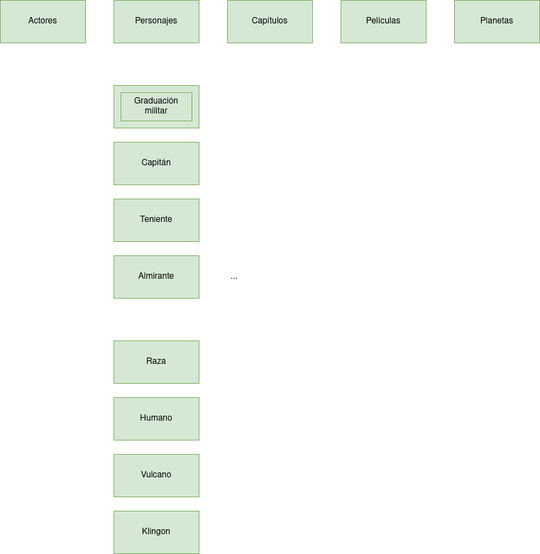
Above: Tareas/UD2-INTERPRETACIÓN DE DIAGRAMAS ENTIDAD-RELACIÓN/TRABAJO EN AULA/10_star-Trek.drawio.png in popadron/base-de-datos (draw.io), before the change. Source tidied: cells renumbered, new cells last; positions are measured from the earlier drawing's top-left corner, leaving out a move shared by most shapes.
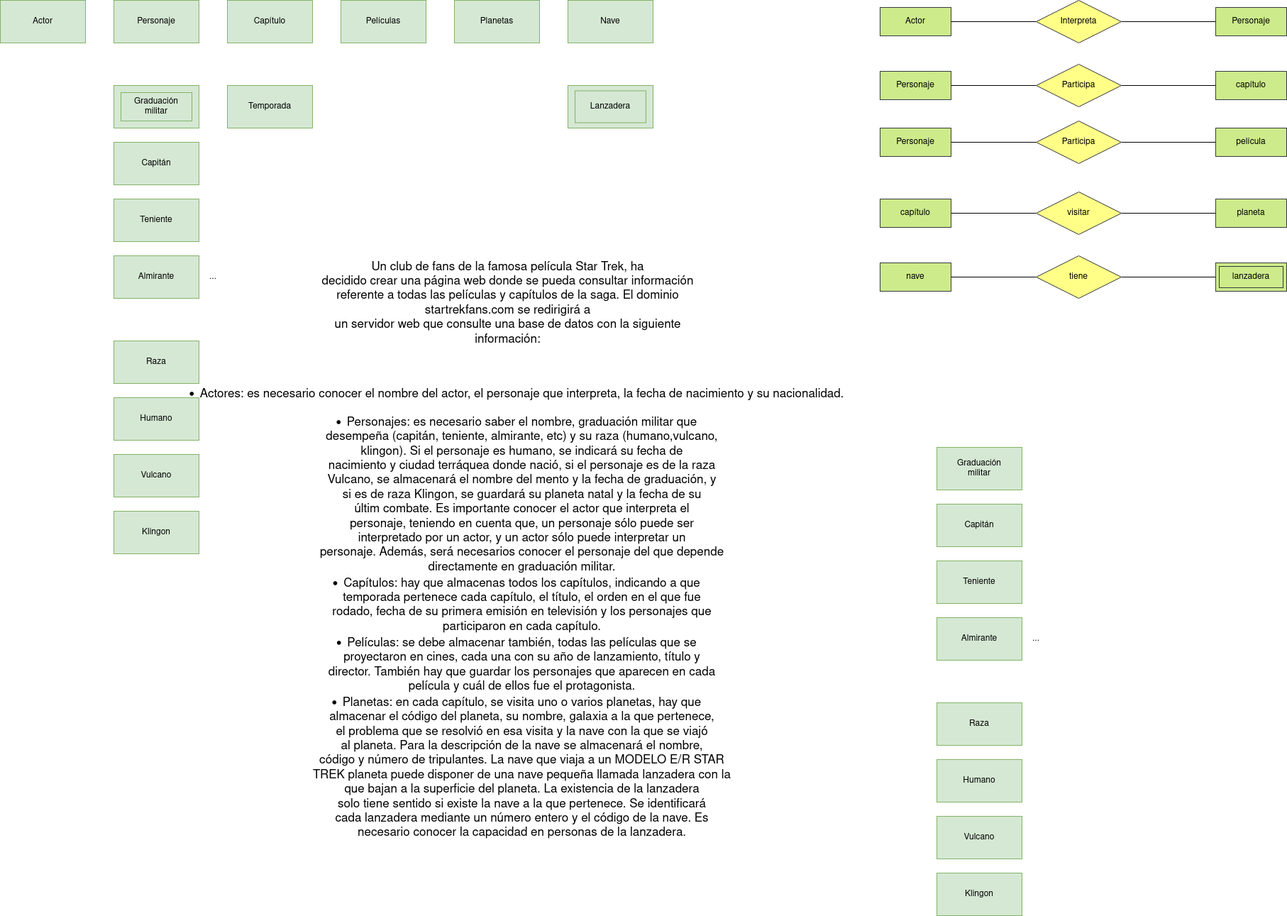
The same diagram one commit later.

Diff of the diagram source:
```diff
@@ -2,13 +2,13 @@
   <root>
     <mxCell id="0" />
     <mxCell id="1" parent="0" />
-    <mxCell id="2" value="Actores" style="rounded=0;whiteSpace=wrap;html=1;fillColor=#d5e8d4;strokeColor=#82b366;" parent="1" vertex="1">
+    <mxCell id="2" value="Actor" style="rounded=0;whiteSpace=wrap;html=1;fillColor=#d5e8d4;strokeColor=#82b366;" parent="1" vertex="1">
       <mxGeometry width="120" height="60" as="geometry" />
     </mxCell>
-    <mxCell id="3" value="Personajes" style="rounded=0;whiteSpace=wrap;html=1;fillColor=#d5e8d4;strokeColor=#82b366;" parent="1" vertex="1">
+    <mxCell id="3" value="Personaje" style="rounded=0;whiteSpace=wrap;html=1;fillColor=#d5e8d4;strokeColor=#82b366;" parent="1" vertex="1">
       <mxGeometry x="160" width="120" height="60" as="geometry" />
     </mxCell>
-    <mxCell id="4" value="Capítulos" style="rounded=0;whiteSpace=wrap;html=1;fillColor=#d5e8d4;strokeColor=#82b366;" parent="1" vertex="1">
+    <mxCell id="4" value="Capítulo" style="rounded=0;whiteSpace=wrap;html=1;fillColor=#d5e8d4;strokeColor=#82b366;" parent="1" vertex="1">
       <mxGeometry x="320" width="120" height="60" as="geometry" />
     </mxCell>
     <mxCell id="5" value="Películas" style="rounded=0;whiteSpace=wrap;html=1;fillColor=#d5e8d4;strokeColor=#82b366;" parent="1" vertex="1">
@@ -36,7 +36,7 @@
       <mxGeometry x="160" y="360" width="120" height="60" as="geometry" />
     </mxCell>
     <mxCell id="13" value="&lt;div&gt;...&lt;/div&gt;" style="text;html=1;strokeColor=none;fillColor=none;align=center;verticalAlign=middle;whiteSpace=wrap;rounded=0;" parent="1" vertex="1">
-      <mxGeometry x="300" y="375" width="60" height="30" as="geometry" />
+      <mxGeometry x="270" y="375" width="60" height="30" as="geometry" />
     </mxCell>
     <mxCell id="14" value="Humano" style="rounded=0;whiteSpace=wrap;html=1;fillColor=#d5e8d4;strokeColor=#82b366;" parent="1" vertex="1">
       <mxGeometry x="160" y="560" width="120" height="60" as="geometry" />
@@ -47,5 +47,122 @@
     <mxCell id="16" value="Klingon" style="rounded=0;whiteSpace=wrap;html=1;fillColor=#d5e8d4;strokeColor=#82b366;" parent="1" vertex="1">
       <mxGeometry x="160" y="720" width="120" height="60" as="geometry" />
     </mxCell>
+    <mxCell id="17" value="Temporada" style="rounded=0;whiteSpace=wrap;html=1;fillColor=#d5e8d4;strokeColor=#82b366;" parent="1" vertex="1">
+      <mxGeometry x="320" y="120" width="120" height="60" as="geometry" />
+    </mxCell>
+    <mxCell id="18" value="Nave" style="rounded=0;whiteSpace=wrap;html=1;fillColor=#d5e8d4;strokeColor=#82b366;" parent="1" vertex="1">
+      <mxGeometry x="800" width="120" height="60" as="geometry" />
+    </mxCell>
+    <mxCell id="19" style="rounded=0;whiteSpace=wrap;html=1;fillColor=#d5e8d4;strokeColor=#82b366;" parent="1" vertex="1">
+      <mxGeometry x="800" y="120" width="120" height="60" as="geometry" />
+    </mxCell>
+    <mxCell id="20" value="Lanzadera" style="rounded=0;whiteSpace=wrap;html=1;fillColor=#d5e8d4;strokeColor=#82b366;" parent="1" vertex="1">
+      <mxGeometry x="810" y="127.5" width="100" height="45" as="geometry" />
+    </mxCell>
+    <mxCell id="21" value="&lt;p style=&quot;font-size: 17px;&quot; dir=&quot;auto&quot;&gt;&lt;font style=&quot;font-size: 17px;&quot;&gt;Un club de fans de la famosa película Star Trek, ha &lt;br&gt;decidido crear una página web donde se pueda consultar información &lt;br&gt;referente a todas las películas y capítulos de la saga. El dominio &lt;br&gt;startrekfans.com se redirigirá a&lt;br&gt;un servidor web que consulte una base de datos con la siguiente &lt;br&gt;información:&lt;/font&gt;&lt;/p&gt;&lt;font style=&quot;font-size: 17px;&quot;&gt;&lt;br&gt;&lt;/font&gt;&lt;ul style=&quot;font-size: 17px;&quot; dir=&quot;auto&quot;&gt;&lt;li&gt;&lt;font style=&quot;font-size: 17px;&quot;&gt;Actores: es necesario conocer el nombre del actor, el personaje&lt;/font&gt;&lt;font style=&quot;font-size: 17px;&quot;&gt; que interpreta, la fecha de nacimiento y su nacionalidad.&lt;/font&gt;&lt;/li&gt;&lt;/ul&gt;&lt;ul style=&quot;font-size: 17px;&quot; dir=&quot;auto&quot;&gt;&lt;li&gt;&lt;font style=&quot;font-size: 17px;&quot;&gt;Personajes: es necesario saber el nombre, graduación militar que&lt;br&gt;desempeña (capitán, teniente, almirante, etc) y su raza (humano,vulcano,&lt;br&gt; klingon). Si el personaje es humano, se indicará su fecha de&lt;br&gt;nacimiento y ciudad terráquea donde nació, si el personaje es de la raza&lt;br&gt; Vulcano, se almacenará el nombre del mento y la fecha de graduación, y &lt;br&gt;si es de raza Klingon, se guardará su planeta natal y la fecha de su &lt;br&gt;últim combate. Es importante conocer el actor que interpreta el &lt;br&gt;personaje, teniendo en cuenta que, un personaje sólo puede ser &lt;br&gt;interpretado por un actor, y un actor sólo puede interpretar un &lt;br&gt;personaje. Además, será necesarios conocer el personaje del que depende &lt;br&gt;directamente en graduación militar.&lt;/font&gt;&lt;/li&gt;&lt;li&gt;&lt;font style=&quot;font-size: 17px;&quot;&gt;Capítulos: hay que almacenas todos los capítulos, indicando a que &lt;br&gt;temporada pertenece cada capítulo, el título, el orden en el que fue &lt;br&gt;rodado, fecha de su primera emisión en televisión y los personajes que &lt;br&gt;participaron en cada capítulo.&lt;/font&gt;&lt;/li&gt;&lt;li&gt;&lt;font style=&quot;font-size: 17px;&quot;&gt;Películas: se debe almacenar también, todas las películas que se &lt;br&gt;proyectaron en cines, cada una con su año de lanzamiento, título y &lt;br&gt;director. También hay que guardar los personajes que aparecen en cada &lt;br&gt;película y cuál de ellos fue el protagonista.&lt;/font&gt;&lt;/li&gt;&lt;li&gt;&lt;font style=&quot;font-size: 17px;&quot;&gt;Planetas: en cada capítulo, se visita uno o varios planetas, hay que&lt;br&gt; almacenar el código del planeta, su nombre, galaxia a la que pertenece,&lt;br&gt; el problema que se resolvió en esa visita y la nave con la que se viajó&lt;br&gt; al planeta. Para la descripción de la nave se almacenará el nombre, &lt;br&gt;código y número de tripulantes. La nave que viaja a un MODELO E/R STAR &lt;br&gt;TREK planeta puede disponer de una nave pequeña llamada lanzadera con la&lt;br&gt; que bajan a la superficie del planeta. La existencia de la lanzadera &lt;br&gt;solo tiene sentido si existe la nave a la que pertenece. Se identificará&lt;br&gt; cada lanzadera mediante un número entero y el código de la nave. Es &lt;br&gt;necesario conocer la capacidad en personas de la lanzadera.&lt;/font&gt;&lt;/li&gt;&lt;/ul&gt;" style="text;html=1;align=center;verticalAlign=middle;strokeColor=none;fillColor=none;hachureGap=4;" parent="1" vertex="1">
+      <mxGeometry x="230" y="340" width="970" height="870" as="geometry" />
+    </mxCell>
+    <mxCell id="22" value="Raza" style="rounded=0;whiteSpace=wrap;html=1;fillColor=#d5e8d4;strokeColor=#82b366;" parent="1" vertex="1">
+      <mxGeometry x="1320" y="990" width="120" height="60" as="geometry" />
+    </mxCell>
+    <mxCell id="23" value="&lt;div&gt;Graduación&lt;/div&gt;&lt;div&gt;militar&lt;/div&gt;" style="rounded=0;whiteSpace=wrap;html=1;fillColor=#d5e8d4;strokeColor=#82b366;" parent="1" vertex="1">
+      <mxGeometry x="1320" y="630" width="120" height="60" as="geometry" />
+    </mxCell>
+    <mxCell id="24" value="Capitán" style="rounded=0;whiteSpace=wrap;html=1;fillColor=#d5e8d4;strokeColor=#82b366;" parent="1" vertex="1">
+      <mxGeometry x="1320" y="710" width="120" height="60" as="geometry" />
+    </mxCell>
+    <mxCell id="25" value="Teniente" style="rounded=0;whiteSpace=wrap;html=1;fillColor=#d5e8d4;strokeColor=#82b366;" parent="1" vertex="1">
+      <mxGeometry x="1320" y="790" width="120" height="60" as="geometry" />
+    </mxCell>
+    <mxCell id="26" value="Almirante" style="rounded=0;whiteSpace=wrap;html=1;fillColor=#d5e8d4;strokeColor=#82b366;" parent="1" vertex="1">
+      <mxGeometry x="1320" y="870" width="120" height="60" as="geometry" />
+    </mxCell>
+    <mxCell id="27" value="&lt;div&gt;...&lt;/div&gt;" style="text;html=1;strokeColor=none;fillColor=none;align=center;verticalAlign=middle;whiteSpace=wrap;rounded=0;" parent="1" vertex="1">
+      <mxGeometry x="1430" y="885" width="60" height="30" as="geometry" />
+    </mxCell>
+    <mxCell id="28" value="Humano" style="rounded=0;whiteSpace=wrap;html=1;fillColor=#d5e8d4;strokeColor=#82b366;" parent="1" vertex="1">
+      <mxGeometry x="1320" y="1070" width="120" height="60" as="geometry" />
+    </mxCell>
+    <mxCell id="29" value="Vulcano" style="rounded=0;whiteSpace=wrap;html=1;fillColor=#d5e8d4;strokeColor=#82b366;" parent="1" vertex="1">
+      <mxGeometry x="1320" y="1150" width="120" height="60" as="geometry" />
+    </mxCell>
+    <mxCell id="30" value="Klingon" style="rounded=0;whiteSpace=wrap;html=1;fillColor=#d5e8d4;strokeColor=#82b366;" parent="1" vertex="1">
+      <mxGeometry x="1320" y="1230" width="120" height="60" as="geometry" />
+    </mxCell>
+    <mxCell id="31" style="edgeStyle=orthogonalEdgeStyle;rounded=0;jettySize=auto;html=1;endArrow=none;startSize=6;endSize=6;sourcePerimeterSpacing=0;targetPerimeterSpacing=0;endFill=0;" parent="1" edge="1" source="33" target="34">
+      <mxGeometry relative="1" as="geometry" />
+    </mxCell>
+    <mxCell id="32" style="edgeStyle=orthogonalEdgeStyle;rounded=0;jettySize=auto;html=1;endArrow=none;endFill=0;startSize=6;endSize=6;sourcePerimeterSpacing=0;targetPerimeterSpacing=0;" parent="1" edge="1" source="33" target="35">
+      <mxGeometry relative="1" as="geometry" />
+    </mxCell>
+    <mxCell id="33" value="Interpreta" style="shape=rhombus;perimeter=rhombusPerimeter;whiteSpace=wrap;html=1;align=center;hachureGap=4;fillColor=#ffff88;strokeColor=#36393d;" parent="1" vertex="1">
+      <mxGeometry x="1460" width="120" height="60" as="geometry" />
+    </mxCell>
+    <mxCell id="34" value="Actor" style="whiteSpace=wrap;html=1;align=center;hachureGap=4;fillColor=#cdeb8b;strokeColor=#36393d;" parent="1" vertex="1">
+      <mxGeometry x="1240" y="10" width="100" height="40" as="geometry" />
+    </mxCell>
+    <mxCell id="35" value="Personaje" style="whiteSpace=wrap;html=1;align=center;hachureGap=4;fillColor=#cdeb8b;strokeColor=#36393d;" parent="1" vertex="1">
+      <mxGeometry x="1713" y="10" width="100" height="40" as="geometry" />
+    </mxCell>
+    <mxCell id="36" style="edgeStyle=orthogonalEdgeStyle;rounded=0;jettySize=auto;html=1;endArrow=none;endFill=0;startSize=6;endSize=6;sourcePerimeterSpacing=0;targetPerimeterSpacing=0;" parent="1" edge="1" source="37" target="39">
+      <mxGeometry relative="1" as="geometry" />
+    </mxCell>
+    <mxCell id="37" value="Personaje" style="whiteSpace=wrap;html=1;align=center;hachureGap=4;fillColor=#cdeb8b;strokeColor=#36393d;" parent="1" vertex="1">
+      <mxGeometry x="1240" y="100" width="100" height="40" as="geometry" />
+    </mxCell>
+    <mxCell id="38" style="edgeStyle=orthogonalEdgeStyle;rounded=0;jettySize=auto;html=1;endArrow=none;endFill=0;startSize=6;endSize=6;sourcePerimeterSpacing=0;targetPerimeterSpacing=0;" parent="1" edge="1" source="39" target="40">
+      <mxGeometry relative="1" as="geometry" />
+    </mxCell>
+    <mxCell id="39" value="Participa" style="shape=rhombus;perimeter=rhombusPerimeter;whiteSpace=wrap;html=1;align=center;hachureGap=4;fillColor=#ffff88;strokeColor=#36393d;" parent="1" vertex="1">
+      <mxGeometry x="1460" y="90" width="120" height="60" as="geometry" />
+    </mxCell>
+    <mxCell id="40" value="capítulo" style="whiteSpace=wrap;html=1;align=center;hachureGap=4;fillColor=#cdeb8b;strokeColor=#36393d;" parent="1" vertex="1">
+      <mxGeometry x="1713" y="100" width="100" height="40" as="geometry" />
+    </mxCell>
+    <mxCell id="41" style="edgeStyle=orthogonalEdgeStyle;rounded=0;jettySize=auto;html=1;endArrow=none;endFill=0;startSize=6;endSize=6;sourcePerimeterSpacing=0;targetPerimeterSpacing=0;" parent="1" edge="1" source="42" target="44">
+      <mxGeometry relative="1" as="geometry" />
+    </mxCell>
+    <mxCell id="42" value="Personaje" style="whiteSpace=wrap;html=1;align=center;hachureGap=4;fillColor=#cdeb8b;strokeColor=#36393d;" parent="1" vertex="1">
+      <mxGeometry x="1240" y="180" width="100" height="40" as="geometry" />
+    </mxCell>
+    <mxCell id="43" style="edgeStyle=orthogonalEdgeStyle;rounded=0;jettySize=auto;html=1;endArrow=none;endFill=0;startSize=6;endSize=6;sourcePerimeterSpacing=0;targetPerimeterSpacing=0;" parent="1" edge="1" source="44" target="45">
+      <mxGeometry relative="1" as="geometry" />
+    </mxCell>
+    <mxCell id="44" value="Participa" style="shape=rhombus;perimeter=rhombusPerimeter;whiteSpace=wrap;html=1;align=center;hachureGap=4;fillColor=#ffff88;strokeColor=#36393d;" parent="1" vertex="1">
+      <mxGeometry x="1460" y="170" width="120" height="60" as="geometry" />
+    </mxCell>
+    <mxCell id="45" value="película" style="whiteSpace=wrap;html=1;align=center;hachureGap=4;fillColor=#cdeb8b;strokeColor=#36393d;" parent="1" vertex="1">
+      <mxGeometry x="1713" y="180" width="100" height="40" as="geometry" />
+    </mxCell>
+    <mxCell id="46" style="edgeStyle=orthogonalEdgeStyle;rounded=0;jettySize=auto;html=1;endArrow=none;endFill=0;startSize=6;endSize=6;sourcePerimeterSpacing=0;targetPerimeterSpacing=0;" parent="1" edge="1" source="47" target="49">
+      <mxGeometry relative="1" as="geometry" />
+    </mxCell>
+    <mxCell id="47" value="capítulo" style="whiteSpace=wrap;html=1;align=center;hachureGap=4;fillColor=#cdeb8b;strokeColor=#36393d;" parent="1" vertex="1">
+      <mxGeometry x="1240" y="280" width="100" height="40" as="geometry" />
+    </mxCell>
+    <mxCell id="48" style="edgeStyle=orthogonalEdgeStyle;rounded=0;jettySize=auto;html=1;endArrow=none;endFill=0;startSize=6;endSize=6;sourcePerimeterSpacing=0;targetPerimeterSpacing=0;" parent="1" edge="1" source="49" target="50">
+      <mxGeometry relative="1" as="geometry" />
+    </mxCell>
+    <mxCell id="49" value="visitar" style="shape=rhombus;perimeter=rhombusPerimeter;whiteSpace=wrap;html=1;align=center;hachureGap=4;fillColor=#ffff88;strokeColor=#36393d;" parent="1" vertex="1">
+      <mxGeometry x="1460" y="270" width="120" height="60" as="geometry" />
+    </mxCell>
+    <mxCell id="50" value="planeta" style="whiteSpace=wrap;html=1;align=center;hachureGap=4;fillColor=#cdeb8b;strokeColor=#36393d;" parent="1" vertex="1">
+      <mxGeometry x="1713" y="280" width="100" height="40" as="geometry" />
+    </mxCell>
+    <mxCell id="51" style="edgeStyle=orthogonalEdgeStyle;rounded=0;jettySize=auto;html=1;endArrow=none;endFill=0;startSize=6;endSize=6;sourcePerimeterSpacing=0;targetPerimeterSpacing=0;" parent="1" edge="1" source="52" target="54">
+      <mxGeometry relative="1" as="geometry" />
+    </mxCell>
+    <mxCell id="52" value="nave" style="whiteSpace=wrap;html=1;align=center;hachureGap=4;fillColor=#cdeb8b;strokeColor=#36393d;" parent="1" vertex="1">
+      <mxGeometry x="1240" y="370" width="100" height="40" as="geometry" />
+    </mxCell>
+    <mxCell id="53" style="edgeStyle=orthogonalEdgeStyle;rounded=0;jettySize=auto;html=1;endArrow=none;endFill=0;startSize=6;endSize=6;sourcePerimeterSpacing=0;targetPerimeterSpacing=0;" parent="1" edge="1" source="54" target="55">
+      <mxGeometry relative="1" as="geometry" />
+    </mxCell>
+    <mxCell id="54" value="tiene" style="shape=rhombus;perimeter=rhombusPerimeter;whiteSpace=wrap;html=1;align=center;hachureGap=4;fillColor=#ffff88;strokeColor=#36393d;" parent="1" vertex="1">
+      <mxGeometry x="1460" y="360" width="120" height="60" as="geometry" />
+    </mxCell>
+    <mxCell id="55" value="lanzadera" style="shape=ext;margin=3;double=1;whiteSpace=wrap;html=1;align=center;hachureGap=4;fontSize=12;fillColor=#cdeb8b;strokeColor=#36393d;" parent="1" vertex="1">
+      <mxGeometry x="1713" y="370" width="100" height="40" as="geometry" />
+    </mxCell>
   </root>
 </mxGraphModel>
```
